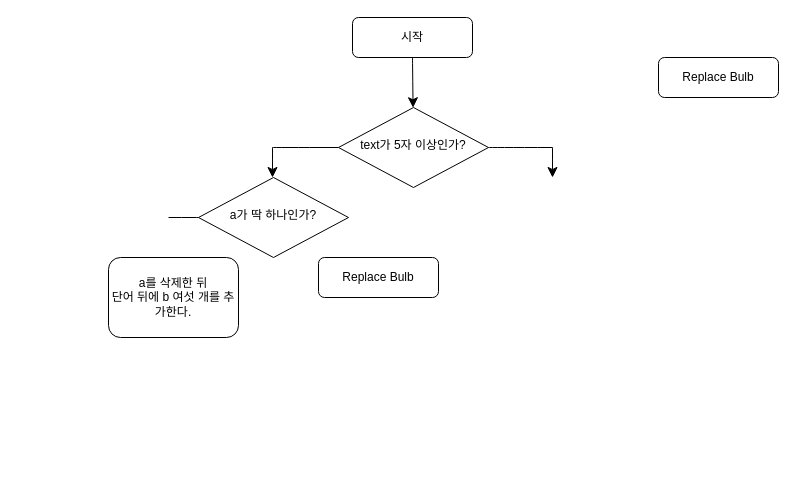
Before: draw.io/clubProblem.drawio in HyeeunKim07/assessment, a draw.io diagram. Source tidied: cells renumbered, new cells numbered last; positions are measured from the earlier drawing's top-left corner, leaving out a move shared by most shapes. Both pictures are drawn from the tidied source at 100%, with x=0, y=0 at pixel (108, 17).
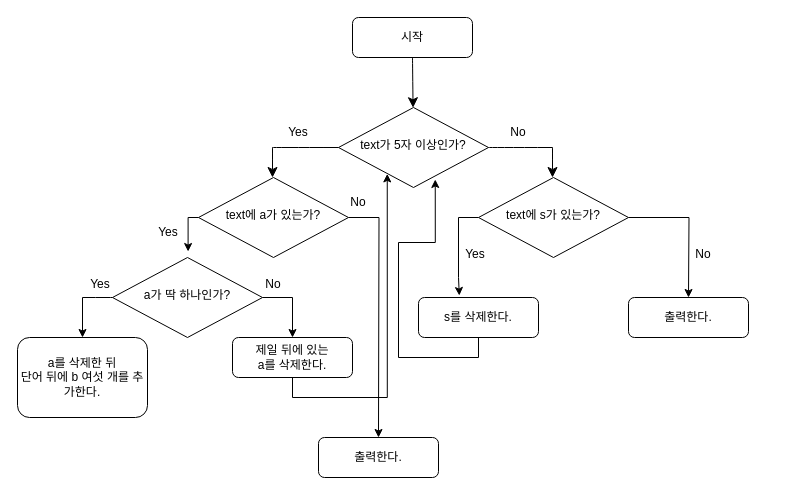
Above is the later version.

Unchanged cells that the change refers to:
```xml
<mxCell id="3" value="text가 5자 이상인가?" style="rhombus;whiteSpace=wrap;html=1;shadow=0;fontFamily=Helvetica;fontSize=12;align=center;strokeWidth=1;spacing=6;spacingTop=-4;" parent="1" vertex="1">
  <mxGeometry x="230" y="90" width="150" height="80" as="geometry" />
</mxCell>
```

The edit, as a diff of the source:
```diff
@@
-    <mxCell id="9" value="Replace Bulb" style="rounded=1;whiteSpace=wrap;html=1;fontSize=12;glass=0;strokeWidth=1;shadow=0;" parent="1" vertex="1">
-      <mxGeometry x="550" y="40" width="120" height="40" as="geometry" />
-    </mxCell>
+    <mxCell id="14" style="edgeStyle=orthogonalEdgeStyle;rounded=0;jettySize=auto;html=1;exitX=1;exitY=0.5;exitDx=0;exitDy=0;entryX=0.5;entryY=0;entryDx=0;entryDy=0;" parent="1" edge="1" source="10" target="12">
+      <mxGeometry relative="1" as="geometry" />
+    </mxCell>
     <mxCell id="10" value="a가 딱 하나인가?" style="rhombus;whiteSpace=wrap;html=1;shadow=0;fontFamily=Helvetica;fontSize=12;align=center;strokeWidth=1;spacing=6;spacingTop=-4;" parent="1" vertex="1">
-      <mxGeometry x="90" y="160" width="150" height="80" as="geometry" />
+      <mxGeometry x="4" y="240" width="150" height="80" as="geometry" />
     </mxCell>
     <mxCell id="11" value="a를 삭제한 뒤&lt;div&gt;단어 뒤에 b 여섯 개를 추가한다.&lt;/div&gt;" style="rounded=1;whiteSpace=wrap;html=1;fontSize=12;glass=0;strokeWidth=1;shadow=0;" parent="1" vertex="1">
-      <mxGeometry y="240" width="130" height="80" as="geometry" />
+      <mxGeometry x="-91" y="320" width="130" height="80" as="geometry" />
     </mxCell>
-    <mxCell id="12" value="Replace Bulb" style="rounded=1;whiteSpace=wrap;html=1;fontSize=12;glass=0;strokeWidth=1;shadow=0;" parent="1" vertex="1">
-      <mxGeometry x="210" y="240" width="120" height="40" as="geometry" />
+    <mxCell id="12" value="제일 뒤에 있는&lt;div&gt;a를 삭제한다.&lt;/div&gt;" style="rounded=1;whiteSpace=wrap;html=1;fontSize=12;glass=0;strokeWidth=1;shadow=0;" parent="1" vertex="1">
+      <mxGeometry x="124" y="320" width="120" height="40" as="geometry" />
     </mxCell>
     <mxCell id="13" style="endArrow=none;html=1;rounded=0;fontSize=12;startSize=8;endSize=8;curved=1;exitX=0;exitY=0.5;exitDx=0;exitDy=0;" parent="1" edge="1" source="10">
       <mxGeometry relative="1" as="geometry">
-        <mxPoint x="60" y="200" as="targetPoint" />
+        <mxPoint x="-26" y="280" as="targetPoint" />
       </mxGeometry>
     </mxCell>
+    <mxCell id="15" style="endArrow=classic;html=1;rounded=0;entryX=0.5;entryY=0;entryDx=0;entryDy=0;" parent="1" edge="1" target="11">
+      <mxGeometry relative="1" as="geometry">
+        <mxPoint x="-26" y="280" as="sourcePoint" />
+      </mxGeometry>
+    </mxCell>
+    <mxCell id="16" style="edgeStyle=orthogonalEdgeStyle;rounded=0;jettySize=auto;html=1;exitX=1;exitY=0.5;exitDx=0;exitDy=0;" parent="1" edge="1" source="17">
+      <mxGeometry relative="1" as="geometry">
+        <mxPoint x="270" y="420" as="targetPoint" />
+      </mxGeometry>
+    </mxCell>
+    <mxCell id="17" value="text에 a가 있는가?" style="rhombus;whiteSpace=wrap;html=1;shadow=0;fontFamily=Helvetica;fontSize=12;align=center;strokeWidth=1;spacing=6;spacingTop=-4;" parent="1" vertex="1">
+      <mxGeometry x="90" y="160" width="150" height="80" as="geometry" />
+    </mxCell>
+    <mxCell id="18" style="edgeStyle=orthogonalEdgeStyle;rounded=0;jettySize=auto;html=1;exitX=0;exitY=0.5;exitDx=0;exitDy=0;entryX=0.504;entryY=-0.075;entryDx=0;entryDy=0;entryPerimeter=0;" parent="1" edge="1" source="17" target="10">
+      <mxGeometry relative="1" as="geometry" />
+    </mxCell>
+    <mxCell id="19" value="Yes" style="text;html=1;align=center;verticalAlign=middle;whiteSpace=wrap;rounded=0;" parent="1" vertex="1">
+      <mxGeometry x="160" y="100" width="60" height="30" as="geometry" />
+    </mxCell>
+    <mxCell id="20" value="No" style="text;html=1;align=center;verticalAlign=middle;whiteSpace=wrap;rounded=0;" parent="1" vertex="1">
+      <mxGeometry x="380" y="100" width="60" height="30" as="geometry" />
+    </mxCell>
+    <mxCell id="21" value="Yes" style="text;html=1;align=center;verticalAlign=middle;whiteSpace=wrap;rounded=0;" parent="1" vertex="1">
+      <mxGeometry x="30" y="200" width="60" height="30" as="geometry" />
+    </mxCell>
+    <mxCell id="22" value="Yes" style="text;html=1;align=center;verticalAlign=middle;whiteSpace=wrap;rounded=0;" parent="1" vertex="1">
+      <mxGeometry x="-38" y="252" width="60" height="30" as="geometry" />
+    </mxCell>
+    <mxCell id="23" value="No" style="text;html=1;align=center;verticalAlign=middle;whiteSpace=wrap;rounded=0;" parent="1" vertex="1">
+      <mxGeometry x="135" y="252" width="60" height="30" as="geometry" />
+    </mxCell>
+    <mxCell id="24" value="출력한다." style="rounded=1;whiteSpace=wrap;html=1;fontSize=12;glass=0;strokeWidth=1;shadow=0;" parent="1" vertex="1">
+      <mxGeometry x="210" y="420" width="120" height="40" as="geometry" />
+    </mxCell>
+    <mxCell id="25" value="No" style="text;html=1;align=center;verticalAlign=middle;whiteSpace=wrap;rounded=0;" parent="1" vertex="1">
+      <mxGeometry x="220" y="170" width="60" height="30" as="geometry" />
+    </mxCell>
+    <mxCell id="26" style="edgeStyle=orthogonalEdgeStyle;rounded=0;jettySize=auto;html=1;exitX=1;exitY=0.5;exitDx=0;exitDy=0;" parent="1" edge="1" source="28">
+      <mxGeometry relative="1" as="geometry">
+        <mxPoint x="580" y="280" as="targetPoint" />
+      </mxGeometry>
+    </mxCell>
+    <mxCell id="27" style="edgeStyle=orthogonalEdgeStyle;rounded=0;jettySize=auto;html=1;exitX=0;exitY=0.5;exitDx=0;exitDy=0;entryX=0.34;entryY=-0.05;entryDx=0;entryDy=0;entryPerimeter=0;" parent="1" edge="1" source="28" target="29">
+      <mxGeometry relative="1" as="geometry" />
+    </mxCell>
+    <mxCell id="28" value="text에 s가 있는가?" style="rhombus;whiteSpace=wrap;html=1;shadow=0;fontFamily=Helvetica;fontSize=12;align=center;strokeWidth=1;spacing=6;spacingTop=-4;" parent="1" vertex="1">
+      <mxGeometry x="370" y="160" width="150" height="80" as="geometry" />
+    </mxCell>
+    <mxCell id="29" value="s를 삭제한다." style="rounded=1;whiteSpace=wrap;html=1;fontSize=12;glass=0;strokeWidth=1;shadow=0;" parent="1" vertex="1">
+      <mxGeometry x="310" y="280" width="120" height="40" as="geometry" />
+    </mxCell>
+    <mxCell id="30" value="출력한다." style="rounded=1;whiteSpace=wrap;html=1;fontSize=12;glass=0;strokeWidth=1;shadow=0;" parent="1" vertex="1">
+      <mxGeometry x="520" y="280" width="120" height="40" as="geometry" />
+    </mxCell>
+    <mxCell id="31" value="Yes" style="text;html=1;align=center;verticalAlign=middle;whiteSpace=wrap;rounded=0;" parent="1" vertex="1">
+      <mxGeometry x="337" y="222" width="60" height="30" as="geometry" />
+    </mxCell>
+    <mxCell id="32" value="No" style="text;html=1;align=center;verticalAlign=middle;whiteSpace=wrap;rounded=0;" parent="1" vertex="1">
+      <mxGeometry x="565" y="222" width="60" height="30" as="geometry" />
+    </mxCell>
+    <mxCell id="33" style="edgeStyle=orthogonalEdgeStyle;rounded=0;jettySize=auto;html=1;exitX=0.5;exitY=1;exitDx=0;exitDy=0;entryX=0.645;entryY=0.9;entryDx=0;entryDy=0;entryPerimeter=0;" parent="1" edge="1" source="29" target="3">
+      <mxGeometry relative="1" as="geometry" />
+    </mxCell>
+    <mxCell id="34" style="edgeStyle=orthogonalEdgeStyle;rounded=0;jettySize=auto;html=1;exitX=0.5;exitY=1;exitDx=0;exitDy=0;entryX=0.325;entryY=0.83;entryDx=0;entryDy=0;entryPerimeter=0;" parent="1" edge="1" source="12" target="3">
+      <mxGeometry relative="1" as="geometry" />
+    </mxCell>
```
